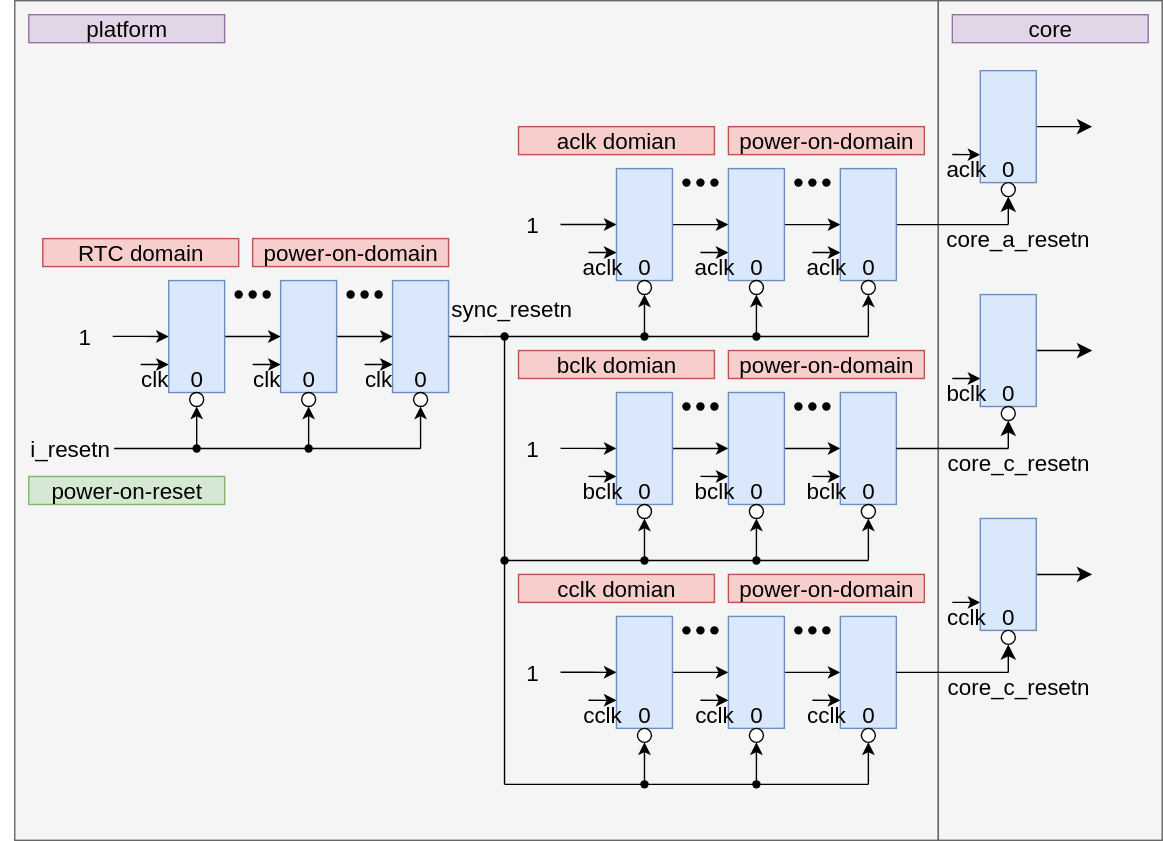
This is de/platform_clk_resetn_gen/sync_resetn/include/resetn_arch.svg from jnjnliwenjie0022/obs, a draw.io export, as it was before one commit. Source tidied: cells renumbered, new cells last; positions are measured from the earlier drawing's top-left corner, leaving out a move shared by most shapes.
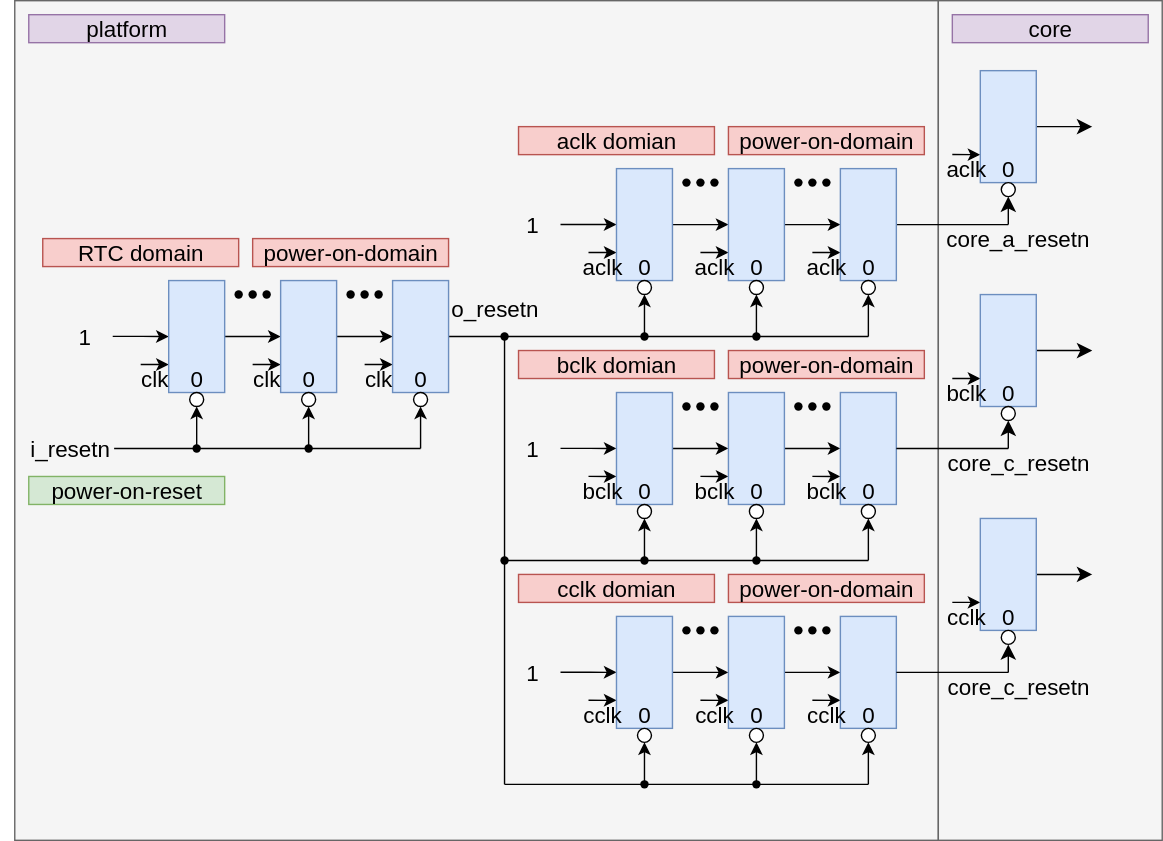
After the change.

Diff of the diagram source:
```diff
@@ -80,7 +80,7 @@
     <mxCell id="21" value="i_resetn" style="rounded=0;whiteSpace=wrap;html=1;fontSize=16;fillColor=none;strokeColor=none;align=right;" parent="1" vertex="1">
       <mxGeometry y="310" width="80" height="20" as="geometry" />
     </mxCell>
-    <mxCell id="22" value="sync_resetn" style="rounded=0;whiteSpace=wrap;html=1;fontSize=16;fillColor=none;strokeColor=none;align=left;" parent="1" vertex="1">
+    <mxCell id="22" value="o_resetn" style="rounded=0;whiteSpace=wrap;html=1;fontSize=16;fillColor=none;strokeColor=none;align=left;" parent="1" vertex="1">
       <mxGeometry x="320" y="210" width="80" height="20" as="geometry" />
     </mxCell>
     <mxCell id="23" value="0" style="rounded=0;whiteSpace=wrap;html=1;fontSize=16;fillColor=none;strokeColor=none;align=center;" parent="1" vertex="1">
```
